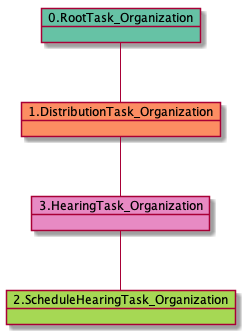
yoomlam/graphing keeps this PlantUML diagram as docs-H/uml/RTO.DTO.SHTO.HTO-41136.png. Above is the earlier version. Its diagram source:
```plantuml
@startuml
object 0.RootTask_Organization #66c2a5
object 1.DistributionTask_Organization #fc8d62
object 2.ScheduleHearingTask_Organization #a6d854
object 3.HearingTask_Organization #e78ac3
0.RootTask_Organization -- 1.DistributionTask_Organization
3.HearingTask_Organization -- 2.ScheduleHearingTask_Organization
1.DistributionTask_Organization -- 3.HearingTask_Organization
@enduml
```
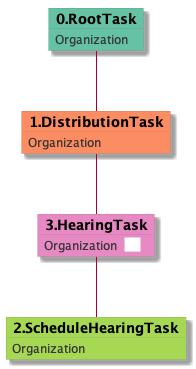
After the change.

What changed in the source:
```diff
@@ -1,9 +1,25 @@
 @startuml
-object 0.RootTask_Organization #66c2a5
-object 1.DistributionTask_Organization #fc8d62
-object 2.ScheduleHearingTask_Organization #a6d854
-object 3.HearingTask_Organization #e78ac3
-0.RootTask_Organization -- 1.DistributionTask_Organization
-3.HearingTask_Organization -- 2.ScheduleHearingTask_Organization
-1.DistributionTask_Organization -- 3.HearingTask_Organization
+skinparam {
+  ObjectBorderColor #555
+  ObjectBorderThickness 0
+  ObjectFontStyle bold
+  ObjectFontSize 14
+  ObjectAttributeFontColor #333
+  ObjectAttributeFontSize 12
+}
+  object 0.RootTask #66c2a5 {
+Organization
+}
+  object 1.DistributionTask #fc8d62 {
+Organization
+}
+  object 2.ScheduleHearingTask #a6d854 {
+Organization
+}
+  object 3.HearingTask #e78ac3 {
+Organization  <back:white>    </back>
+}
+0.RootTask -- 1.DistributionTask
+3.HearingTask -- 2.ScheduleHearingTask
+1.DistributionTask -- 3.HearingTask
 @enduml
```
